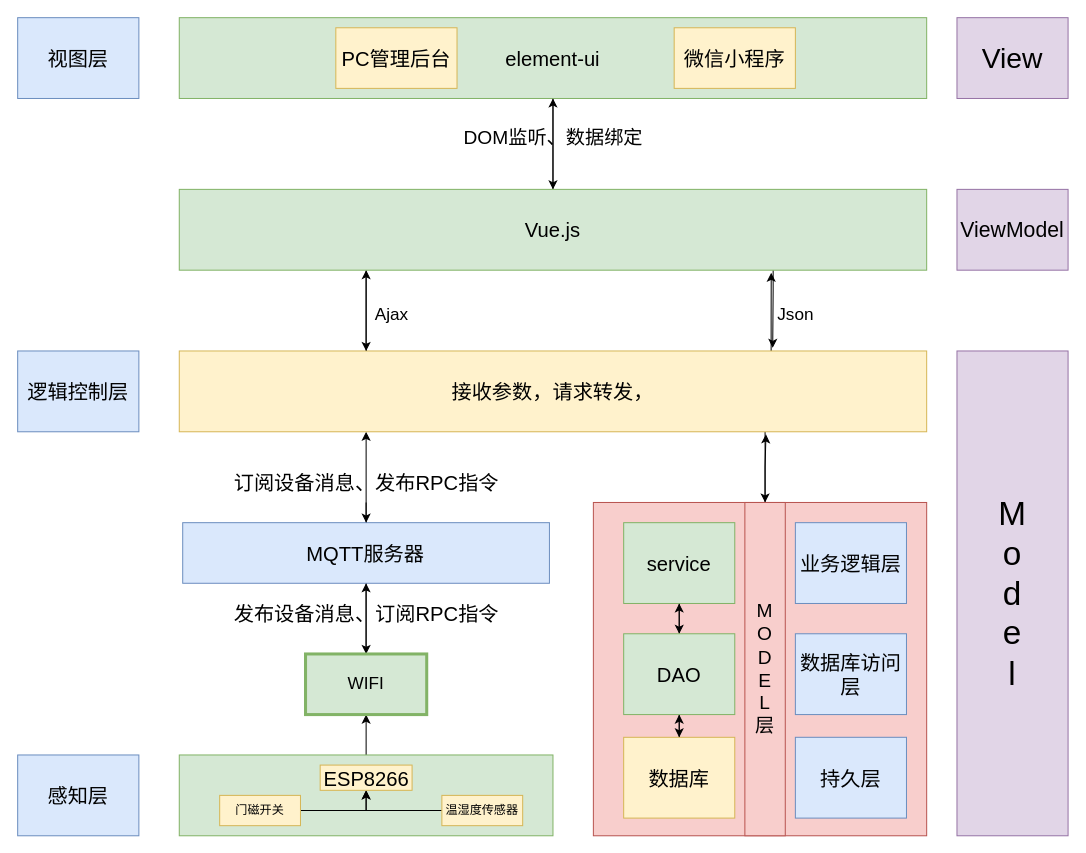
Above: resources/未命名绘图.drawio in LY220214/LY220214.github.io (draw.io), before the change. Source tidied: cells renumbered, new cells numbered last; positions are measured from the earlier drawing's top-left corner, leaving out a move shared by most shapes. Both pictures are drawn from the tidied source at 101%, with x=0, y=0 at pixel (17, 17).
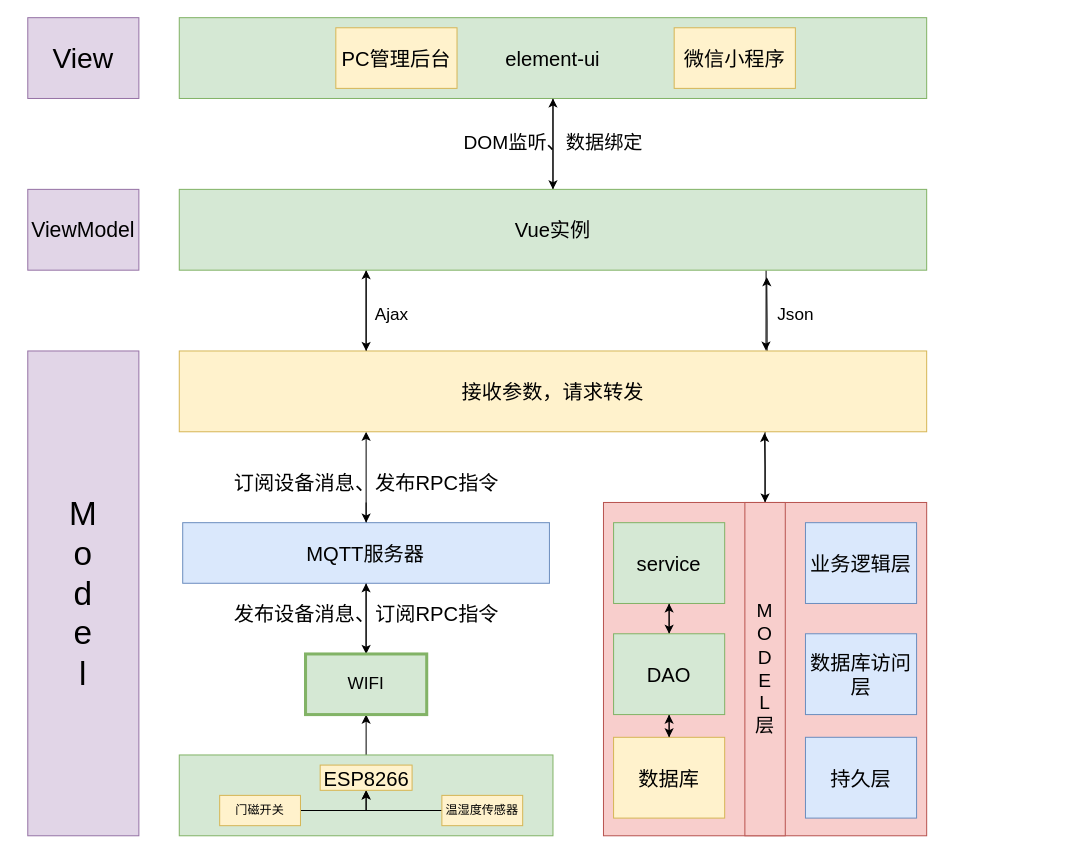
After the change.

Unchanged cells that the change refers to:
```xml
<mxCell id="40" value="M&lt;br&gt;O&lt;br&gt;D&lt;br&gt;E&lt;br&gt;L&lt;br&gt;层" style="rounded=0;html=1;fontSize=19;whiteSpace=wrap;labelBackgroundColor=none;fillColor=#f8cecc;strokeColor=#b85450;" parent="1" vertex="1">
  <mxGeometry x="720" y="480" width="40" height="330" as="geometry" />
</mxCell>
```

The edit, as a diff of the source:
```diff
@@
-    <mxCell id="2" style="whiteSpace=wrap;html=1;fontSize=19;fillColor=#f8cecc;strokeColor=#b85450;" parent="1" vertex="1">
-      <mxGeometry x="570" y="480" width="330" height="330" as="geometry" />
-    </mxCell>
+    <mxCell id="51" style="rounded=0;whiteSpace=wrap;html=1;labelBackgroundColor=none;fontSize=28;fillColor=#f8cecc;strokeColor=#b85450;" parent="1" vertex="1">
+      <mxGeometry x="580" y="480" width="320" height="330" as="geometry" />
+    </mxCell>
@@
     <mxCell id="18" value="数据库" style="rounded=0;whiteSpace=wrap;html=1;fontSize=20;fillColor=#fff2cc;strokeColor=#d6b656;" parent="1" vertex="1">
-      <mxGeometry x="600" y="712.5" width="110" height="80" as="geometry" />
+      <mxGeometry x="590" y="712.5" width="110" height="80" as="geometry" />
     </mxCell>
-    <mxCell id="19" value="视图层" style="rounded=0;whiteSpace=wrap;html=1;fontSize=20;fillColor=#dae8fc;strokeColor=#6c8ebf;" parent="1" vertex="1">
-      <mxGeometry width="120" height="80" as="geometry" />
-    </mxCell>
@@
-    <mxCell id="21" style="edgeStyle=orthogonalEdgeStyle;rounded=0;jettySize=auto;html=1;entryX=0.5;entryY=0;entryDx=0;entryDy=0;fontSize=19;fontColor=#000000;" parent="1" edge="1" source="24" target="40">
-      <mxGeometry relative="1" as="geometry">
-        <Array as="points">
-          <mxPoint x="740" y="430" />
-          <mxPoint x="740" y="430" />
-        </Array>
-      </mxGeometry>
-    </mxCell>
@@
-    <mxCell id="23" style="edgeStyle=orthogonalEdgeStyle;rounded=0;jettySize=auto;html=1;entryX=0.792;entryY=1.032;entryDx=0;entryDy=0;entryPerimeter=0;fontSize=19;fontColor=#000000;" parent="1" edge="1" source="24" target="44">
+    <mxCell id="23" style="edgeStyle=orthogonalEdgeStyle;rounded=0;jettySize=auto;html=1;entryX=0.786;entryY=1.086;entryDx=0;entryDy=0;entryPerimeter=0;fontSize=28;fontColor=#000000;" parent="1" edge="1" source="24" target="44">
       <mxGeometry relative="1" as="geometry">
         <Array as="points">
-          <mxPoint x="746" y="300" />
-          <mxPoint x="746" y="300" />
+          <mxPoint x="742" y="300" />
+          <mxPoint x="742" y="300" />
         </Array>
       </mxGeometry>
     </mxCell>
+    <mxCell id="21" style="edgeStyle=orthogonalEdgeStyle;rounded=0;jettySize=auto;html=1;entryX=0.5;entryY=0;entryDx=0;entryDy=0;fontSize=28;fontColor=#000000;" parent="1" edge="1" source="24" target="40">
+      <mxGeometry relative="1" as="geometry">
+        <Array as="points">
+          <mxPoint x="740" y="430" />
+          <mxPoint x="740" y="430" />
+        </Array>
+      </mxGeometry>
+    </mxCell>
-    <mxCell id="24" value="接收参数，请求转发，" style="rounded=0;whiteSpace=wrap;html=1;fontSize=20;fillColor=#fff2cc;strokeColor=#d6b656;" parent="1" vertex="1">
+    <mxCell id="24" value="接收参数，请求转发" style="rounded=0;whiteSpace=wrap;html=1;fontSize=20;fillColor=#fff2cc;strokeColor=#d6b656;" parent="1" vertex="1">
       <mxGeometry x="160" y="330" width="740" height="80" as="geometry" />
     </mxCell>
@@
-    <mxCell id="26" value="感知层" style="rounded=0;whiteSpace=wrap;html=1;fontSize=20;fillColor=#dae8fc;strokeColor=#6c8ebf;" parent="1" vertex="1">
-      <mxGeometry y="730" width="120" height="80" as="geometry" />
-    </mxCell>
@@
-    <mxCell id="30" value="逻辑控制层" style="rounded=0;whiteSpace=wrap;html=1;fontSize=20;fillColor=#dae8fc;strokeColor=#6c8ebf;" parent="1" vertex="1">
-      <mxGeometry y="330" width="120" height="80" as="geometry" />
-    </mxCell>
     <mxCell id="31" value="持久层" style="rounded=0;whiteSpace=wrap;html=1;fontSize=20;fillColor=#dae8fc;strokeColor=#6c8ebf;" parent="1" vertex="1">
-      <mxGeometry x="770" y="712.5" width="110" height="80" as="geometry" />
+      <mxGeometry x="780" y="712.5" width="110" height="80" as="geometry" />
     </mxCell>
     <mxCell id="32" value="业务逻辑层" style="rounded=0;whiteSpace=wrap;html=1;fontSize=20;fillColor=#dae8fc;strokeColor=#6c8ebf;" parent="1" vertex="1">
-      <mxGeometry x="770" y="500" width="110" height="80" as="geometry" />
+      <mxGeometry x="780" y="500" width="110" height="80" as="geometry" />
     </mxCell>
@@
     <mxCell id="34" value="service" style="rounded=0;whiteSpace=wrap;html=1;fontSize=20;fillColor=#d5e8d4;strokeColor=#82b366;" parent="1" vertex="1">
-      <mxGeometry x="600" y="500" width="110" height="80" as="geometry" />
+      <mxGeometry x="590" y="500" width="110" height="80" as="geometry" />
     </mxCell>
@@
     <mxCell id="37" value="DAO" style="rounded=0;whiteSpace=wrap;html=1;fontSize=20;fillColor=#d5e8d4;strokeColor=#82b366;" parent="1" vertex="1">
-      <mxGeometry x="600" y="610" width="110" height="80" as="geometry" />
+      <mxGeometry x="590" y="610" width="110" height="80" as="geometry" />
     </mxCell>
     <mxCell id="38" value="数据库访问层" style="rounded=0;whiteSpace=wrap;html=1;fontSize=20;fillColor=#dae8fc;strokeColor=#6c8ebf;" parent="1" vertex="1">
-      <mxGeometry x="770" y="610" width="110" height="80" as="geometry" />
+      <mxGeometry x="780" y="610" width="110" height="80" as="geometry" />
     </mxCell>
-    <mxCell id="39" style="edgeStyle=orthogonalEdgeStyle;rounded=0;jettySize=auto;html=1;entryX=0.785;entryY=1.032;entryDx=0;entryDy=0;entryPerimeter=0;fontSize=19;fontColor=#000000;" parent="1" edge="1" source="40" target="24">
+    <mxCell id="39" style="edgeStyle=orthogonalEdgeStyle;rounded=0;jettySize=auto;html=1;entryX=0.783;entryY=1.014;entryDx=0;entryDy=0;entryPerimeter=0;fontSize=28;fontColor=#000000;" parent="1" edge="1" source="40" target="24">
       <mxGeometry relative="1" as="geometry" />
     </mxCell>
@@
-    <mxCell id="43" style="edgeStyle=orthogonalEdgeStyle;rounded=0;jettySize=auto;html=1;fontSize=19;fontColor=#000000;entryX=0.794;entryY=-0.039;entryDx=0;entryDy=0;entryPerimeter=0;" parent="1" edge="1" source="44" target="24">
+    <mxCell id="43" style="edgeStyle=orthogonalEdgeStyle;rounded=0;jettySize=auto;html=1;entryX=0.785;entryY=-0.004;entryDx=0;entryDy=0;entryPerimeter=0;fontSize=28;fontColor=#000000;" parent="1" edge="1" source="44" target="24">
       <mxGeometry relative="1" as="geometry">
         <Array as="points">
-          <mxPoint x="748" y="270" />
-          <mxPoint x="748" y="270" />
+          <mxPoint x="741" y="270" />
+          <mxPoint x="741" y="270" />
         </Array>
       </mxGeometry>
     </mxCell>
-    <mxCell id="44" value="Vue.js" style="rounded=0;whiteSpace=wrap;html=1;fontSize=20;fillColor=#d5e8d4;strokeColor=#82b366;" parent="1" vertex="1">
+    <mxCell id="44" value="Vue实例" style="rounded=0;whiteSpace=wrap;html=1;fontSize=20;fillColor=#d5e8d4;strokeColor=#82b366;" parent="1" vertex="1">
       <mxGeometry x="160" y="170" width="740" height="80" as="geometry" />
     </mxCell>
     <mxCell id="45" value="DOM监听、数据绑定" style="text;html=1;align=center;verticalAlign=middle;strokeColor=none;fillColor=none;fontSize=19;fontColor=#000000;" parent="1" vertex="1">
-      <mxGeometry x="430" y="100" width="200" height="40" as="geometry" />
+      <mxGeometry x="430" y="105" width="200" height="40" as="geometry" />
     </mxCell>
@@
     <mxCell id="48" value="M&lt;br style=&quot;font-size: 33px;&quot;&gt;o&lt;br style=&quot;font-size: 33px;&quot;&gt;d&lt;br style=&quot;font-size: 33px;&quot;&gt;e&lt;br style=&quot;font-size: 33px;&quot;&gt;l" style="rounded=0;whiteSpace=wrap;html=1;labelBackgroundColor=none;fontSize=33;fillColor=#e1d5e7;strokeColor=#9673a6;" parent="1" vertex="1">
-      <mxGeometry x="930" y="330" width="110" height="480" as="geometry" />
+      <mxGeometry x="10" y="330" width="110" height="480" as="geometry" />
     </mxCell>
     <mxCell id="49" value="&lt;span style=&quot;font-size: 21px;&quot;&gt;ViewModel&lt;/span&gt;" style="rounded=0;whiteSpace=wrap;html=1;labelBackgroundColor=none;fontSize=21;fillColor=#e1d5e7;strokeColor=#9673a6;" parent="1" vertex="1">
-      <mxGeometry x="930" y="170" width="110" height="80" as="geometry" />
+      <mxGeometry x="10" y="170" width="110" height="80" as="geometry" />
     </mxCell>
     <mxCell id="50" value="&lt;span style=&quot;font-size: 28px;&quot;&gt;View&lt;/span&gt;" style="rounded=0;whiteSpace=wrap;html=1;labelBackgroundColor=none;fontSize=28;fillColor=#e1d5e7;strokeColor=#9673a6;" parent="1" vertex="1">
-      <mxGeometry x="930" width="110" height="80" as="geometry" />
+      <mxGeometry x="10" width="110" height="80" as="geometry" />
     </mxCell>
```
